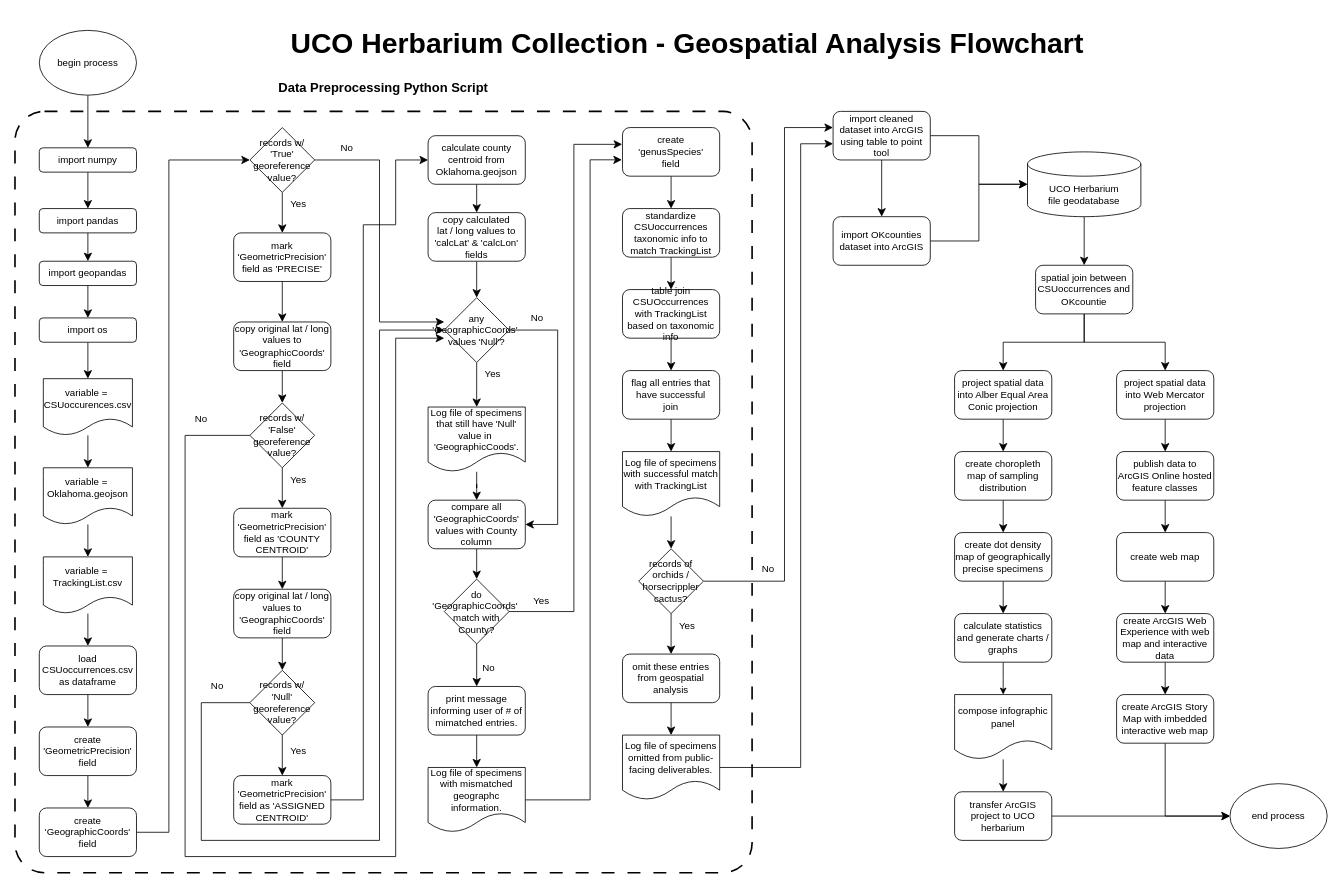
The draw.io diagram docs/wrightCapstoneFlowchart.drawio in Mwright710788/CapstoneFiles, before the edit. Source tidied: cells renumbered, new cells numbered last; positions are measured from the earlier drawing's top-left corner, leaving out a move shared by most shapes. Both pictures are drawn from the tidied source at 81%, with x=0, y=0 at pixel (15, 14).
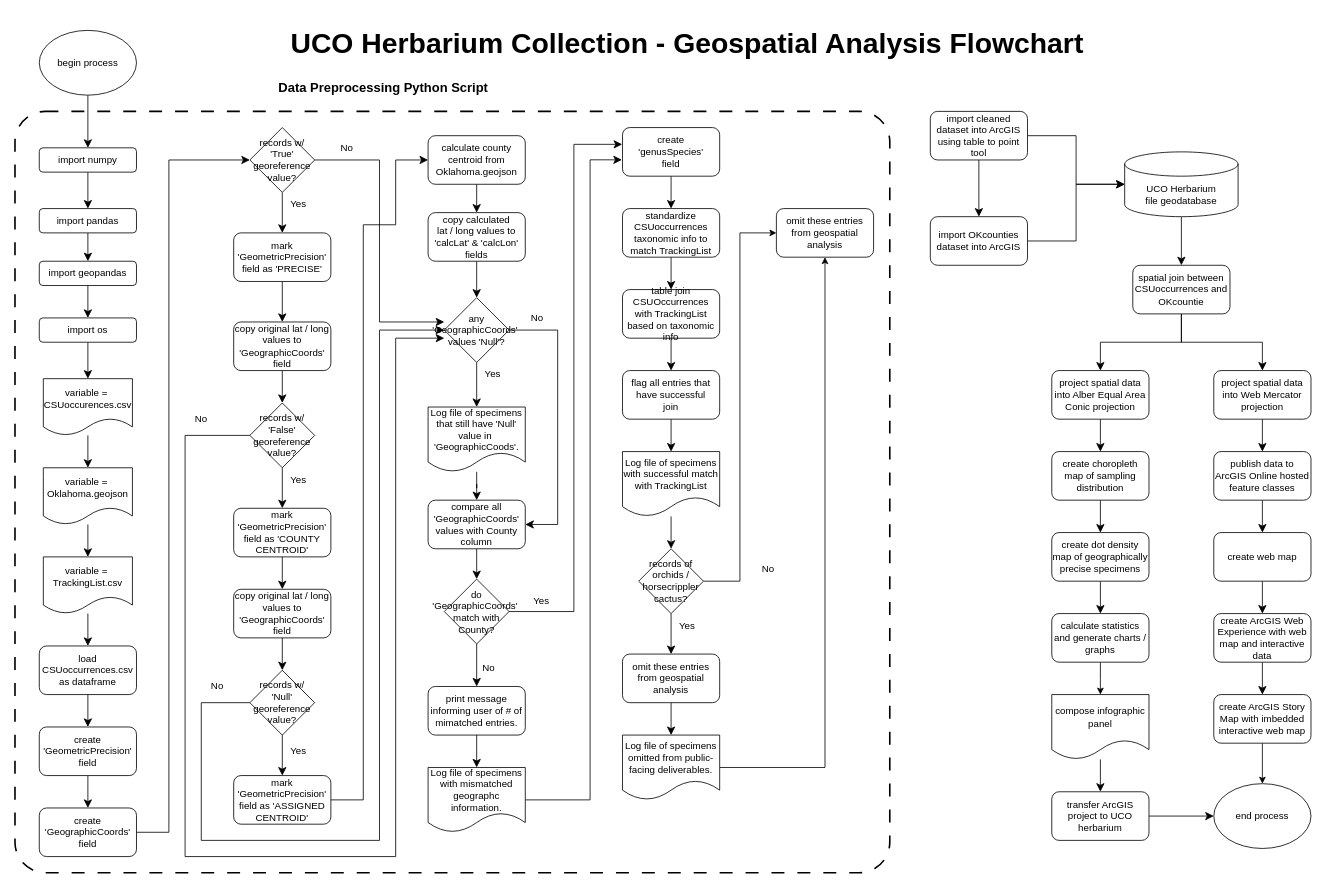
After the change.

Unchanged cells that the change refers to:
```xml
<mxCell id="65" value="records of orchids / horsecrippler&lt;br&gt;&lt;div&gt;cactus?&lt;/div&gt;" style="rhombus;whiteSpace=wrap;html=1;" parent="1" vertex="1">
  <mxGeometry x="770" y="660" width="80" height="80" as="geometry" />
</mxCell>
<mxCell id="71" value="Log file of specimens&lt;div&gt;omitted from public-facing deliverables.&lt;br&gt;&lt;/div&gt;" style="shape=document;whiteSpace=wrap;html=1;boundedLbl=1;" parent="1" vertex="1">
  <mxGeometry x="750" y="890" width="120" height="80" as="geometry" />
</mxCell>
```

What changed in the source:
```diff
@@
     <mxCell id="2" style="rounded=1;whiteSpace=wrap;html=1;strokeWidth=2;dashed=1;dashPattern=8 8;arcSize=4;" parent="1" vertex="1">
-      <mxGeometry y="120" width="910" height="940" as="geometry" />
+      <mxGeometry y="120" width="1080" height="940" as="geometry" />
     </mxCell>
@@
-    <mxCell id="64" style="edgeStyle=orthogonalEdgeStyle;rounded=0;jettySize=auto;html=1;exitX=1;exitY=0.5;exitDx=0;exitDy=0;entryX=-0.001;entryY=0.333;entryDx=0;entryDy=0;entryPerimeter=0;startSize=8;endSize=8;" parent="1" edge="1" source="65" target="90">
-      <mxGeometry relative="1" as="geometry">
-        <Array as="points">
-          <mxPoint x="950" y="700" />
-          <mxPoint x="950" y="140" />
-        </Array>
-      </mxGeometry>
-    </mxCell>
+    <mxCell id="126" style="edgeStyle=orthogonalEdgeStyle;rounded=0;jettySize=auto;html=1;exitX=1;exitY=0.5;exitDx=0;exitDy=0;entryX=0;entryY=0.5;entryDx=0;entryDy=0;" parent="1" edge="1" source="65" target="128">
+      <mxGeometry relative="1" as="geometry" />
+    </mxCell>
@@
-    <mxCell id="70" style="edgeStyle=orthogonalEdgeStyle;rounded=0;jettySize=auto;html=1;exitX=1;exitY=0.5;exitDx=0;exitDy=0;startSize=8;endSize=8;" parent="1" edge="1" source="71">
-      <mxGeometry relative="1" as="geometry">
-        <mxPoint x="1010" y="160" as="targetPoint" />
-        <Array as="points">
-          <mxPoint x="970" y="930" />
-          <mxPoint x="970" y="160" />
-          <mxPoint x="1000" y="160" />
-        </Array>
-      </mxGeometry>
-    </mxCell>
+    <mxCell id="127" style="edgeStyle=orthogonalEdgeStyle;rounded=0;jettySize=auto;html=1;exitX=1;exitY=0.5;exitDx=0;exitDy=0;" parent="1" edge="1" source="71" target="128">
+      <mxGeometry relative="1" as="geometry" />
+    </mxCell>
@@
     <mxCell id="72" value="end process" style="ellipse;whiteSpace=wrap;html=1;" parent="1" vertex="1">
-      <mxGeometry x="1500" y="950" width="120" height="80" as="geometry" />
+      <mxGeometry x="1480" y="950" width="120" height="80" as="geometry" />
     </mxCell>
@@
     <mxCell id="90" value="&lt;div&gt;import cleaned dataset into ArcGIS&lt;/div&gt;&lt;div&gt;using table to point tool&lt;/div&gt;" style="rounded=1;whiteSpace=wrap;html=1;" parent="1" vertex="1">
-      <mxGeometry x="1010" y="120" width="120" height="60" as="geometry" />
+      <mxGeometry x="1130" y="120" width="120" height="60" as="geometry" />
     </mxCell>
@@
     <mxCell id="92" value="&lt;div&gt;import OKcounties dataset into ArcGIS&lt;/div&gt;" style="rounded=1;whiteSpace=wrap;html=1;" parent="1" vertex="1">
-      <mxGeometry x="1010" y="250" width="120" height="60" as="geometry" />
+      <mxGeometry x="1130" y="250" width="120" height="60" as="geometry" />
     </mxCell>
@@
     <mxCell id="94" value="UCO Herbarium&lt;div&gt;file geodatabase&lt;/div&gt;" style="shape=cylinder3;whiteSpace=wrap;html=1;boundedLbl=1;backgroundOutline=1;size=15;" parent="1" vertex="1">
-      <mxGeometry x="1250" y="170" width="140" height="80" as="geometry" />
+      <mxGeometry x="1370" y="170" width="140" height="80" as="geometry" />
     </mxCell>
@@
     <mxCell id="96" value="&lt;div&gt;project spatial data into Alber Equal Area Conic projection&lt;/div&gt;" style="rounded=1;whiteSpace=wrap;html=1;" parent="1" vertex="1">
-      <mxGeometry x="1160" y="440" width="120" height="60" as="geometry" />
+      <mxGeometry x="1280" y="440" width="120" height="60" as="geometry" />
     </mxCell>
@@
     <mxCell id="98" value="&lt;div&gt;project spatial data into Web Mercator projection&lt;/div&gt;" style="rounded=1;whiteSpace=wrap;html=1;" parent="1" vertex="1">
-      <mxGeometry x="1360" y="440" width="120" height="60" as="geometry" />
+      <mxGeometry x="1480" y="440" width="120" height="60" as="geometry" />
     </mxCell>
@@
     <mxCell id="101" value="&lt;div&gt;spatial join between CSUoccurrences and&lt;/div&gt;&lt;div&gt;OKcountie&lt;/div&gt;" style="rounded=1;whiteSpace=wrap;html=1;" parent="1" vertex="1">
-      <mxGeometry x="1260" y="310" width="120" height="60" as="geometry" />
+      <mxGeometry x="1380" y="310" width="120" height="60" as="geometry" />
     </mxCell>
@@
     <mxCell id="104" value="&lt;div&gt;create choropleth map of sampling distribution&lt;/div&gt;" style="rounded=1;whiteSpace=wrap;html=1;" parent="1" vertex="1">
-      <mxGeometry x="1160" y="540" width="120" height="60" as="geometry" />
+      <mxGeometry x="1280" y="540" width="120" height="60" as="geometry" />
     </mxCell>
@@
     <mxCell id="106" value="&lt;div&gt;publish data to ArcGIS Online hosted feature classes&lt;/div&gt;" style="rounded=1;whiteSpace=wrap;html=1;" parent="1" vertex="1">
-      <mxGeometry x="1360" y="540" width="120" height="60" as="geometry" />
+      <mxGeometry x="1480" y="540" width="120" height="60" as="geometry" />
     </mxCell>
@@
     <mxCell id="108" value="&lt;div&gt;create dot density map of geographically precise specimens&lt;/div&gt;" style="rounded=1;whiteSpace=wrap;html=1;" parent="1" vertex="1">
-      <mxGeometry x="1160" y="640" width="120" height="60" as="geometry" />
+      <mxGeometry x="1280" y="640" width="120" height="60" as="geometry" />
     </mxCell>
@@
     <mxCell id="110" value="&lt;div&gt;create web map&lt;/div&gt;" style="rounded=1;whiteSpace=wrap;html=1;" parent="1" vertex="1">
-      <mxGeometry x="1360" y="640" width="120" height="60" as="geometry" />
+      <mxGeometry x="1480" y="640" width="120" height="60" as="geometry" />
     </mxCell>
     <mxCell id="111" style="edgeStyle=orthogonalEdgeStyle;rounded=0;jettySize=auto;html=1;exitX=0.5;exitY=1;exitDx=0;exitDy=0;entryX=0.5;entryY=0;entryDx=0;entryDy=0;startSize=8;" parent="1" edge="1" source="112">
       <mxGeometry relative="1" as="geometry">
-        <mxPoint x="1220" y="840" as="targetPoint" />
+        <mxPoint x="1340" y="840" as="targetPoint" />
       </mxGeometry>
     </mxCell>
     <mxCell id="112" value="calculate statistics and generate charts / graphs" style="rounded=1;whiteSpace=wrap;html=1;" parent="1" vertex="1">
-      <mxGeometry x="1160" y="740" width="120" height="60" as="geometry" />
+      <mxGeometry x="1280" y="740" width="120" height="60" as="geometry" />
     </mxCell>
@@
     <mxCell id="114" value="&lt;div&gt;create ArcGIS Web Experience with web map and interactive data&lt;/div&gt;" style="rounded=1;whiteSpace=wrap;html=1;" parent="1" vertex="1">
-      <mxGeometry x="1360" y="740" width="120" height="60" as="geometry" />
+      <mxGeometry x="1480" y="740" width="120" height="60" as="geometry" />
     </mxCell>
-    <mxCell id="115" style="edgeStyle=orthogonalEdgeStyle;rounded=0;jettySize=auto;html=1;exitX=0.5;exitY=1;exitDx=0;exitDy=0;entryX=0;entryY=0.5;entryDx=0;entryDy=0;startSize=8;endSize=8;" parent="1" edge="1" source="116" target="72">
+    <mxCell id="115" style="edgeStyle=orthogonalEdgeStyle;rounded=0;jettySize=auto;html=1;entryX=0.5;entryY=0;entryDx=0;entryDy=0;" parent="1" edge="1" source="116" target="72">
       <mxGeometry relative="1" as="geometry" />
     </mxCell>
     <mxCell id="116" value="&lt;div&gt;create ArcGIS Story Map with imbedded interactive web map&lt;/div&gt;" style="rounded=1;whiteSpace=wrap;html=1;" parent="1" vertex="1">
-      <mxGeometry x="1360" y="840" width="120" height="60" as="geometry" />
+      <mxGeometry x="1480" y="840" width="120" height="60" as="geometry" />
     </mxCell>
@@
     <mxCell id="118" value="compose infographic panel" style="shape=document;whiteSpace=wrap;html=1;boundedLbl=1;" parent="1" vertex="1">
-      <mxGeometry x="1160" y="840" width="120" height="80" as="geometry" />
+      <mxGeometry x="1280" y="840" width="120" height="80" as="geometry" />
     </mxCell>
@@
     <mxCell id="120" value="transfer ArcGIS project to UCO herbarium" style="rounded=1;whiteSpace=wrap;html=1;" parent="1" vertex="1">
-      <mxGeometry x="1160" y="960" width="120" height="60" as="geometry" />
+      <mxGeometry x="1280" y="960" width="120" height="60" as="geometry" />
     </mxCell>
@@
+    <mxCell id="128" value="omit these entries from geospatial analysis" style="rounded=1;whiteSpace=wrap;html=1;" parent="1" vertex="1">
+      <mxGeometry x="940" y="240" width="120" height="60" as="geometry" />
+    </mxCell>
```
